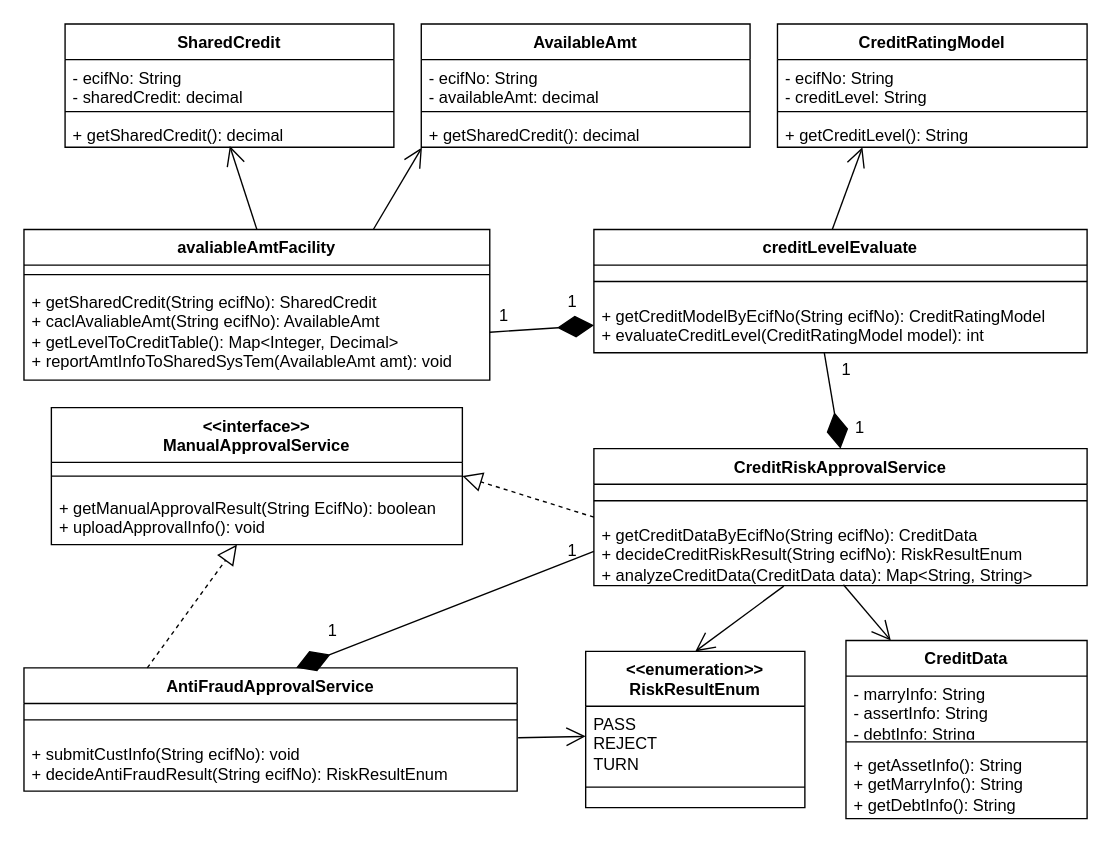
The draw.io diagram 授信额度审批-.drawio in wuxiao-web/graduationThesis, before the edit. Source tidied: cells renumbered, new cells numbered last; positions are measured from the earlier drawing's top-left corner, leaving out a move shared by most shapes. Both pictures are drawn from the tidied source at 137%, with x=0, y=0 at pixel (23, 23).
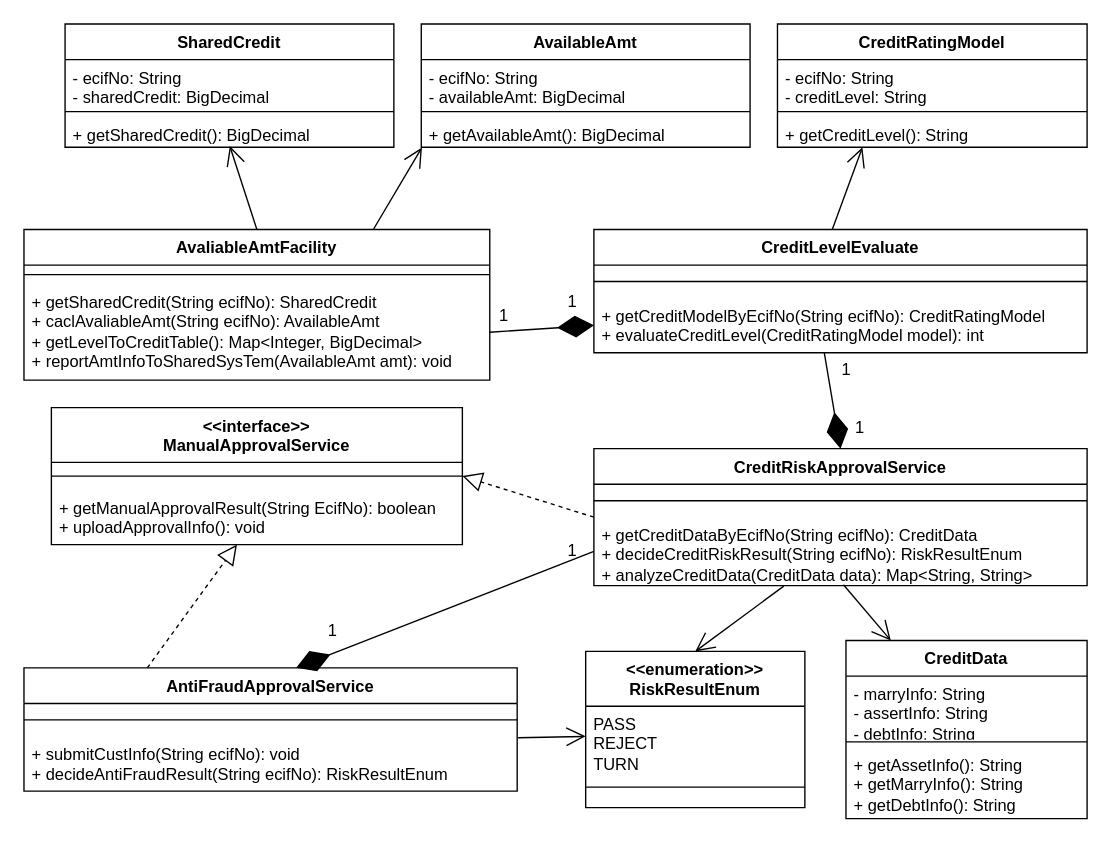
Above is the later version.

Commit message:
更新授信额度审批-.drawio

The change refers to these unchanged cells:
```xml
<mxCell id="5" value="SharedCredit" style="swimlane;fontStyle=1;align=center;verticalAlign=top;horizontal=1;startSize=26;whiteSpace=wrap;html=1;" parent="1" vertex="1">
  <mxGeometry x="30" width="240" height="90" as="geometry" />
</mxCell>
<mxCell id="13" value="AvailableAmt" style="swimlane;fontStyle=1;align=center;verticalAlign=top;horizontal=1;startSize=26;whiteSpace=wrap;html=1;" parent="1" vertex="1">
  <mxGeometry x="290" width="240" height="90" as="geometry" />
</mxCell>
```

Diff of the diagram source:
```diff
@@
-    <mxCell id="2" value="avaliableAmtFacility" style="swimlane;fontStyle=1;align=center;verticalAlign=top;horizontal=1;startSize=26;whiteSpace=wrap;html=1;" parent="1" vertex="1">
+    <mxCell id="2" value="AvaliableAmtFacility" style="swimlane;fontStyle=1;align=center;verticalAlign=top;horizontal=1;startSize=26;whiteSpace=wrap;html=1;" parent="1" vertex="1">
       <mxGeometry y="150" width="340" height="110" as="geometry" />
     </mxCell>
@@
-    <mxCell id="4" value="+ getSharedCredit(String ecifNo): SharedCredit&lt;br&gt;+ caclAvaliableAmt(String ecifNo): AvailableAmt&lt;br&gt;+ getLevelToCreditTable(): Map&amp;lt;Integer, Decimal&amp;gt;&lt;br&gt;+ reportAmtInfoToSharedSysTem(AvailableAmt amt): void" style="text;strokeColor=none;fillColor=none;align=left;verticalAlign=top;spacingLeft=4;spacingRight=4;overflow=hidden;points=[[0,0.5],[1,0.5]];portConstraint=eastwest;whiteSpace=wrap;html=1;" parent="2" vertex="1">
+    <mxCell id="4" value="+ getSharedCredit(String ecifNo): SharedCredit&lt;br&gt;+ caclAvaliableAmt(String ecifNo): AvailableAmt&lt;br&gt;+ getLevelToCreditTable(): Map&amp;lt;Integer, BigDecimal&amp;gt;&lt;br&gt;+ reportAmtInfoToSharedSysTem(AvailableAmt amt): void" style="text;strokeColor=none;fillColor=none;align=left;verticalAlign=top;spacingLeft=4;spacingRight=4;overflow=hidden;points=[[0,0.5],[1,0.5]];portConstraint=eastwest;whiteSpace=wrap;html=1;" parent="2" vertex="1">
       <mxGeometry y="40" width="340" height="70" as="geometry" />
     </mxCell>
@@
-    <mxCell id="6" value="- ecifNo: String&lt;br&gt;- sharedCredit: decimal" style="text;strokeColor=none;fillColor=none;align=left;verticalAlign=top;spacingLeft=4;spacingRight=4;overflow=hidden;whiteSpace=wrap;html=1;" parent="5" vertex="1">
+    <mxCell id="6" value="- ecifNo: String&lt;br&gt;- sharedCredit: BigDecimal" style="text;strokeColor=none;fillColor=none;align=left;verticalAlign=top;spacingLeft=4;spacingRight=4;overflow=hidden;whiteSpace=wrap;html=1;" parent="5" vertex="1">
       <mxGeometry y="26" width="240" height="34" as="geometry" />
     </mxCell>
@@
-    <mxCell id="8" value="+ getSharedCredit(): decimal" style="text;strokeColor=none;fillColor=none;align=left;verticalAlign=top;spacingLeft=4;spacingRight=4;overflow=hidden;points=[[0,0.5],[1,0.5]];portConstraint=eastwest;whiteSpace=wrap;html=1;" parent="5" vertex="1">
+    <mxCell id="8" value="+ getSharedCredit(): BigDecimal" style="text;strokeColor=none;fillColor=none;align=left;verticalAlign=top;spacingLeft=4;spacingRight=4;overflow=hidden;points=[[0,0.5],[1,0.5]];portConstraint=eastwest;whiteSpace=wrap;html=1;" parent="5" vertex="1">
       <mxGeometry y="68" width="240" height="22" as="geometry" />
     </mxCell>
@@
-    <mxCell id="10" value="creditLevelEvaluate" style="swimlane;fontStyle=1;align=center;verticalAlign=top;horizontal=1;startSize=26;whiteSpace=wrap;html=1;" parent="1" vertex="1">
+    <mxCell id="10" value="CreditLevelEvaluate" style="swimlane;fontStyle=1;align=center;verticalAlign=top;horizontal=1;startSize=26;whiteSpace=wrap;html=1;" parent="1" vertex="1">
       <mxGeometry x="416" y="150" width="360" height="90" as="geometry" />
     </mxCell>
@@
-    <mxCell id="14" value="- ecifNo: String&lt;br&gt;- availableAmt: decimal&lt;br&gt;" style="text;strokeColor=none;fillColor=none;align=left;verticalAlign=top;spacingLeft=4;spacingRight=4;overflow=hidden;whiteSpace=wrap;html=1;" parent="13" vertex="1">
+    <mxCell id="14" value="- ecifNo: String&lt;br&gt;- availableAmt: BigDecimal" style="text;strokeColor=none;fillColor=none;align=left;verticalAlign=top;spacingLeft=4;spacingRight=4;overflow=hidden;whiteSpace=wrap;html=1;" parent="13" vertex="1">
       <mxGeometry y="26" width="240" height="34" as="geometry" />
     </mxCell>
@@
-    <mxCell id="16" value="+ getSharedCredit(): decimal" style="text;strokeColor=none;fillColor=none;align=left;verticalAlign=top;spacingLeft=4;spacingRight=4;overflow=hidden;points=[[0,0.5],[1,0.5]];portConstraint=eastwest;whiteSpace=wrap;html=1;" parent="13" vertex="1">
+    <mxCell id="16" value="+ getAvailableAmt(): BigDecimal" style="text;strokeColor=none;fillColor=none;align=left;verticalAlign=top;spacingLeft=4;spacingRight=4;overflow=hidden;points=[[0,0.5],[1,0.5]];portConstraint=eastwest;whiteSpace=wrap;html=1;" parent="13" vertex="1">
       <mxGeometry y="68" width="240" height="22" as="geometry" />
     </mxCell>
```
